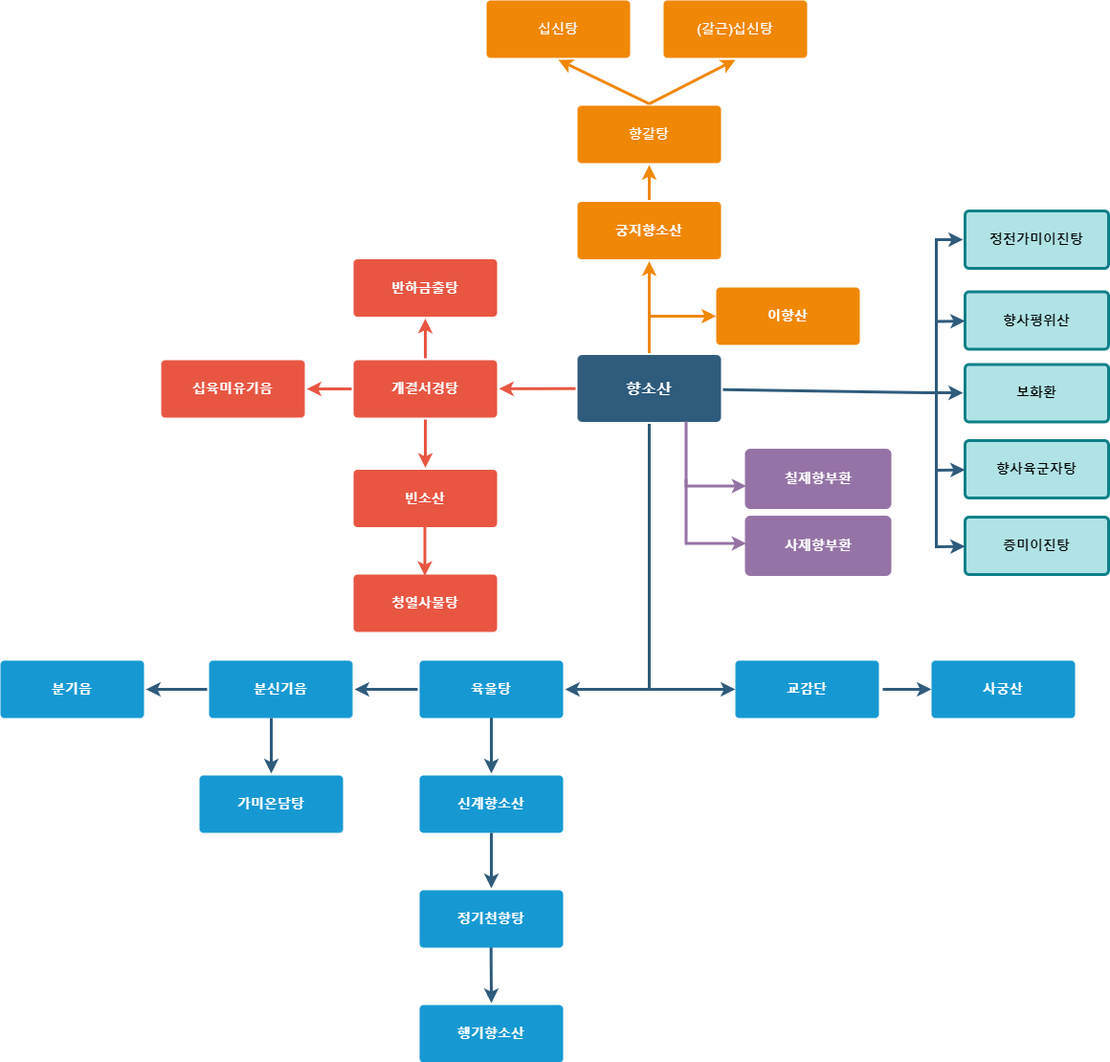
This is 향소산플로우차트.drawio.png from Jinzin71/sparta, a draw.io export, as it was before one commit. Source tidied: cells renumbered, new cells last; positions are measured from the earlier drawing's top-left corner, leaving out a move shared by most shapes.
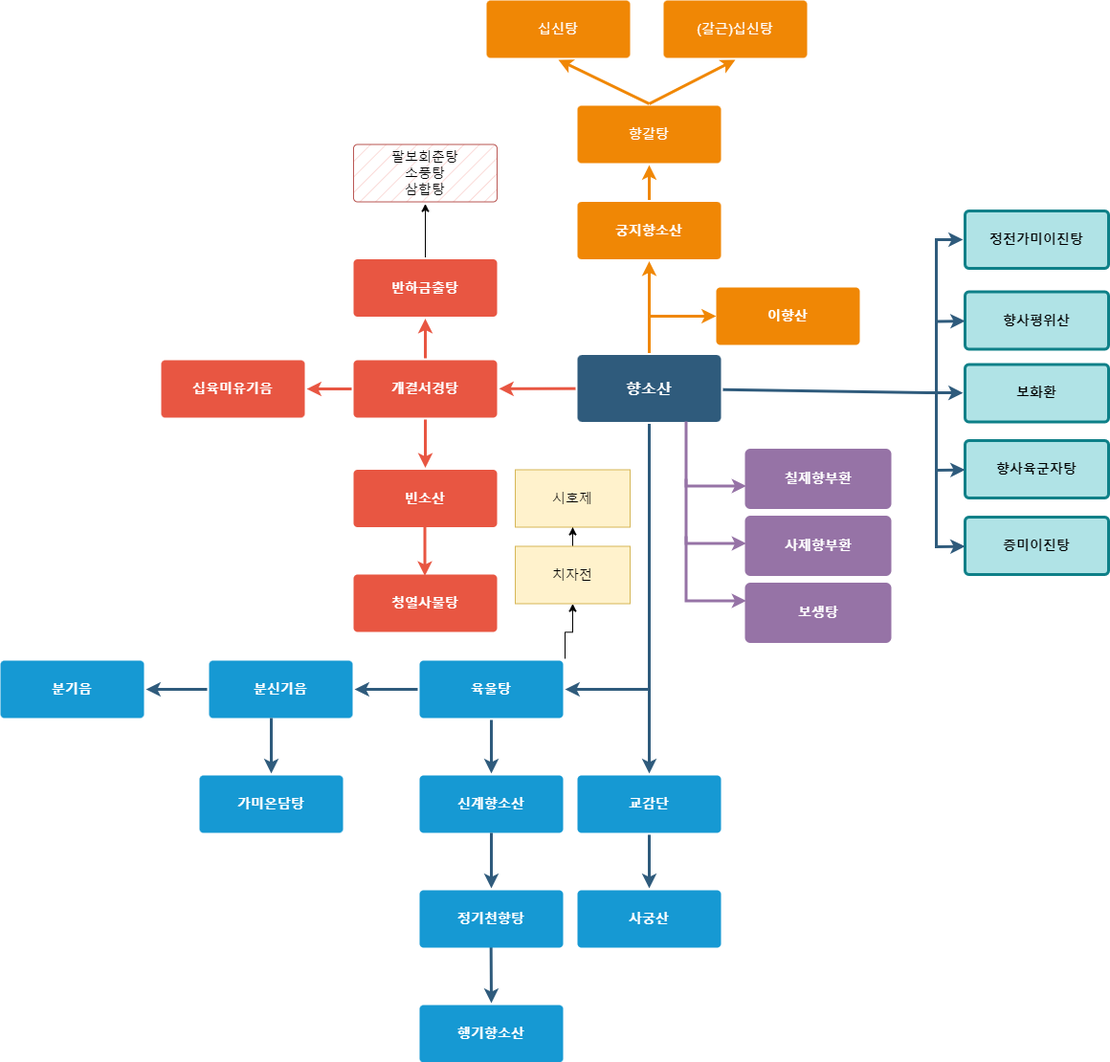
The same file after the commit.

Commit message:
향소산플로우차트.drawio.png 업데이트

What changed in the source:
```diff
@@ -42,6 +42,9 @@
     <mxCell id="11" value="십육미유기음" style="rounded=1;whiteSpace=wrap;html=1;shadow=0;labelBackgroundColor=none;strokeColor=none;strokeWidth=3;fillColor=#E85642;fontFamily=Helvetica;fontSize=14;fontColor=#FFFFFF;align=center;spacing=5;fontStyle=1;arcSize=7;perimeterSpacing=2;" parent="1" vertex="1">
       <mxGeometry x="168" y="376" width="150" height="60" as="geometry" />
     </mxCell>
+    <mxCell id="56" style="edgeStyle=orthogonalEdgeStyle;rounded=0;jettySize=auto;html=1;" parent="1" edge="1" source="12" target="61">
+      <mxGeometry relative="1" as="geometry" />
+    </mxCell>
     <mxCell id="12" value="반하금출탕" style="rounded=1;whiteSpace=wrap;html=1;shadow=0;labelBackgroundColor=none;strokeColor=none;strokeWidth=3;fillColor=#E85642;fontFamily=Helvetica;fontSize=14;fontColor=#FFFFFF;align=center;spacing=5;fontStyle=1;arcSize=7;perimeterSpacing=2;" parent="1" vertex="1">
       <mxGeometry x="369" y="270.5" width="150" height="60" as="geometry" />
     </mxCell>
@@ -123,31 +126,28 @@
     <mxCell id="33" value="&lt;font color=&quot;#ffffff&quot;&gt;사제향부환&lt;/font&gt;" style="rounded=1;whiteSpace=wrap;html=1;shadow=0;labelBackgroundColor=none;strokeColor=#9673a6;strokeWidth=3;fillColor=#9673A6;fontFamily=Helvetica;fontSize=14;align=center;spacing=5;fontStyle=1;arcSize=7;perimeterSpacing=2;" parent="1" vertex="1">
       <mxGeometry x="779.5" y="540" width="150" height="60" as="geometry" />
     </mxCell>
-    <mxCell id="34" style="edgeStyle=none;rounded=0;jumpStyle=none;html=1;shadow=0;labelBackgroundColor=none;startArrow=none;startFill=0;endArrow=classic;endFill=1;jettySize=auto;orthogonalLoop=1;strokeColor=#2F5B7C;strokeWidth=3;fontFamily=Helvetica;fontSize=14;fontColor=#FFFFFF;spacing=5;fillColor=#0050ef;" parent="1" edge="1">
-      <mxGeometry relative="1" as="geometry">
-        <mxPoint x="922" y="720" as="sourcePoint" />
-        <mxPoint x="973" y="720" as="targetPoint" />
-      </mxGeometry>
+    <mxCell id="34" style="edgeStyle=none;rounded=0;jumpStyle=none;html=1;shadow=0;labelBackgroundColor=none;startArrow=none;startFill=0;endArrow=classic;endFill=1;jettySize=auto;strokeColor=#2F5B7C;strokeWidth=3;fontFamily=Helvetica;fontSize=14;fontColor=#FFFFFF;spacing=5;fillColor=#0050ef;exitX=0.5;exitY=1;exitDx=0;exitDy=0;entryX=0.5;entryY=0;entryDx=0;entryDy=0;" parent="1" edge="1" source="42" target="43">
+      <mxGeometry relative="1" as="geometry" />
     </mxCell>
-    <mxCell id="35" style="edgeStyle=none;rounded=0;jumpStyle=none;html=1;shadow=0;labelBackgroundColor=none;startArrow=none;startFill=0;endArrow=classic;endFill=1;jettySize=auto;orthogonalLoop=1;strokeColor=#2F5B7C;strokeWidth=3;fontFamily=Helvetica;fontSize=14;fontColor=#FFFFFF;spacing=5;fillColor=#0050ef;" parent="1" edge="1">
+    <mxCell id="35" style="edgeStyle=none;rounded=0;jumpStyle=none;html=1;shadow=0;labelBackgroundColor=none;startArrow=none;startFill=0;endArrow=classic;endFill=1;jettySize=auto;strokeColor=#2F5B7C;strokeWidth=3;fontFamily=Helvetica;fontSize=14;fontColor=#FFFFFF;spacing=5;fillColor=#0050ef;entryX=0.5;entryY=0;entryDx=0;entryDy=0;" parent="1" edge="1" target="42">
       <mxGeometry relative="1" as="geometry">
         <mxPoint x="678" y="720" as="sourcePoint" />
-        <mxPoint x="768" y="720" as="targetPoint" />
         <Array as="points">
-          <mxPoint x="728" y="720" />
+          <mxPoint x="678" y="750" />
         </Array>
       </mxGeometry>
     </mxCell>
-    <mxCell id="36" style="edgeStyle=none;rounded=0;jumpStyle=none;html=1;shadow=0;labelBackgroundColor=none;startArrow=none;startFill=0;endArrow=classic;endFill=1;jettySize=auto;strokeColor=#2F5B7C;strokeWidth=3;fontFamily=Helvetica;fontSize=14;fontColor=#FFFFFF;spacing=5;fillColor=#0050ef;entryX=0.5;entryY=0;entryDx=0;entryDy=0;exitX=0.5;exitY=1;exitDx=0;exitDy=0;" parent="1" edge="1" target="13">
-      <mxGeometry relative="1" as="geometry">
-        <mxPoint x="513" y="722" as="sourcePoint" />
-      </mxGeometry>
+    <mxCell id="36" style="edgeStyle=none;rounded=0;jumpStyle=none;html=1;shadow=0;labelBackgroundColor=none;startArrow=none;startFill=0;endArrow=classic;endFill=1;jettySize=auto;strokeColor=#2F5B7C;strokeWidth=3;fontFamily=Helvetica;fontSize=14;fontColor=#FFFFFF;spacing=5;fillColor=#0050ef;entryX=0.5;entryY=0;entryDx=0;entryDy=0;exitX=0.5;exitY=1;exitDx=0;exitDy=0;" parent="1" edge="1" source="38" target="13">
+      <mxGeometry relative="1" as="geometry" />
     </mxCell>
     <mxCell id="37" style="edgeStyle=none;rounded=0;jumpStyle=none;html=1;shadow=0;labelBackgroundColor=none;startArrow=none;startFill=0;endArrow=classic;endFill=1;jettySize=auto;strokeColor=#2F5B7C;strokeWidth=3;fontFamily=Helvetica;fontSize=14;fontColor=#FFFFFF;spacing=5;fillColor=#0050ef;entryX=0.5;entryY=0;entryDx=0;entryDy=0;" parent="1" edge="1" target="41">
       <mxGeometry relative="1" as="geometry">
         <mxPoint x="513" y="870" as="sourcePoint" />
       </mxGeometry>
     </mxCell>
+    <mxCell id="57" style="edgeStyle=orthogonalEdgeStyle;rounded=0;jettySize=auto;html=1;exitX=1;exitY=0;exitDx=0;exitDy=0;" parent="1" edge="1" source="38" target="59">
+      <mxGeometry relative="1" as="geometry" />
+    </mxCell>
     <mxCell id="38" value="육울탕" style="rounded=1;whiteSpace=wrap;html=1;shadow=0;labelBackgroundColor=none;strokeColor=none;strokeWidth=3;fillColor=#1699d3;fontFamily=Helvetica;fontSize=14;fontColor=#FFFFFF;align=center;spacing=5;fontStyle=1;arcSize=7;perimeterSpacing=2;" parent="1" vertex="1">
       <mxGeometry x="438" y="690" width="150" height="60" as="geometry" />
     </mxCell>
@@ -163,10 +163,10 @@
       <mxGeometry x="438" y="930" width="150" height="60" as="geometry" />
     </mxCell>
     <mxCell id="42" value="교감단" style="rounded=1;whiteSpace=wrap;html=1;shadow=0;labelBackgroundColor=none;strokeColor=none;strokeWidth=3;fillColor=#1699d3;fontFamily=Helvetica;fontSize=14;fontColor=#FFFFFF;align=center;spacing=5;fontStyle=1;arcSize=7;perimeterSpacing=2;" parent="1" vertex="1">
-      <mxGeometry x="768" y="690" width="150" height="60" as="geometry" />
+      <mxGeometry x="603" y="810" width="150" height="60" as="geometry" />
     </mxCell>
     <mxCell id="43" value="사궁산" style="rounded=1;whiteSpace=wrap;html=1;shadow=0;labelBackgroundColor=none;strokeColor=none;strokeWidth=3;fillColor=#1699d3;fontFamily=Helvetica;fontSize=14;fontColor=#FFFFFF;align=center;spacing=5;fontStyle=1;arcSize=7;perimeterSpacing=2;" parent="1" vertex="1">
-      <mxGeometry x="973" y="690" width="150" height="60" as="geometry" />
+      <mxGeometry x="603" y="930" width="150" height="60" as="geometry" />
     </mxCell>
     <mxCell id="44" value="분신기음" style="rounded=1;whiteSpace=wrap;html=1;shadow=0;labelBackgroundColor=none;strokeColor=none;strokeWidth=3;fillColor=#1699d3;fontFamily=Helvetica;fontSize=14;fontColor=#FFFFFF;align=center;spacing=5;fontStyle=1;arcSize=7;perimeterSpacing=2;" parent="1" vertex="1">
       <mxGeometry x="218" y="690" width="150" height="60" as="geometry" />
@@ -233,5 +233,29 @@
     <mxCell id="55" value="청열사물탕" style="rounded=1;whiteSpace=wrap;html=1;shadow=0;labelBackgroundColor=none;strokeColor=none;strokeWidth=3;fillColor=#E85642;fontFamily=Helvetica;fontSize=14;fontColor=#FFFFFF;align=center;spacing=5;fontStyle=1;arcSize=7;perimeterSpacing=2;" parent="1" vertex="1">
       <mxGeometry x="369" y="600" width="150" height="60" as="geometry" />
     </mxCell>
+    <mxCell id="58" style="edgeStyle=orthogonalEdgeStyle;rounded=0;jettySize=auto;html=1;" parent="1" edge="1" source="59" target="60">
+      <mxGeometry relative="1" as="geometry" />
+    </mxCell>
+    <mxCell id="59" value="&lt;font style=&quot;font-size: 14px;&quot;&gt;치자전&lt;/font&gt;" style="rounded=0;whiteSpace=wrap;html=1;fillColor=#fff2cc;strokeColor=#d6b656;" parent="1" vertex="1">
+      <mxGeometry x="538" y="570.5" width="120" height="60" as="geometry" />
+    </mxCell>
+    <mxCell id="60" value="&lt;font style=&quot;font-size: 14px;&quot;&gt;시호제&lt;/font&gt;" style="rounded=0;whiteSpace=wrap;html=1;fillColor=#fff2cc;strokeColor=#d6b656;" parent="1" vertex="1">
+      <mxGeometry x="538" y="490.5" width="120" height="60" as="geometry" />
+    </mxCell>
+    <mxCell id="61" value="&lt;span style=&quot;font-weight: normal;&quot;&gt;팔보회춘탕&lt;br&gt;소풍탕&lt;br&gt;삼합탕&lt;/span&gt;" style="rounded=1;whiteSpace=wrap;html=1;shadow=0;labelBackgroundColor=none;strokeWidth=1;fontFamily=Helvetica;fontSize=14;align=center;spacing=5;fontStyle=1;arcSize=7;perimeterSpacing=2;fillColor=#f8cecc;strokeColor=#b85450;fillStyle=hatch;" parent="1" vertex="1">
+      <mxGeometry x="369" y="150.5" width="150" height="60" as="geometry" />
+    </mxCell>
+    <mxCell id="62" style="edgeStyle=none;rounded=0;jumpStyle=none;html=1;shadow=0;labelBackgroundColor=none;startArrow=none;startFill=0;endArrow=classic;endFill=1;jettySize=auto;orthogonalLoop=1;strokeColor=#9673A6;strokeWidth=3;fontFamily=Helvetica;fontSize=16;fontColor=#23445D;spacing=5;exitX=1;exitY=1;exitDx=0;exitDy=0;" parent="1" edge="1">
+      <mxGeometry relative="1" as="geometry">
+        <mxPoint x="716.5" y="560" as="sourcePoint" />
+        <mxPoint x="779.5" y="627.5" as="targetPoint" />
+        <Array as="points">
+          <mxPoint x="716.5" y="627.5" />
+        </Array>
+      </mxGeometry>
+    </mxCell>
+    <mxCell id="63" value="&lt;font color=&quot;#ffffff&quot;&gt;보생탕&lt;/font&gt;" style="rounded=1;whiteSpace=wrap;html=1;shadow=0;labelBackgroundColor=none;strokeColor=#9673a6;strokeWidth=3;fillColor=#9673A6;fontFamily=Helvetica;fontSize=14;align=center;spacing=5;fontStyle=1;arcSize=7;perimeterSpacing=2;" parent="1" vertex="1">
+      <mxGeometry x="779.5" y="610" width="150" height="60" as="geometry" />
+    </mxCell>
   </root>
 </mxGraphModel>
```
